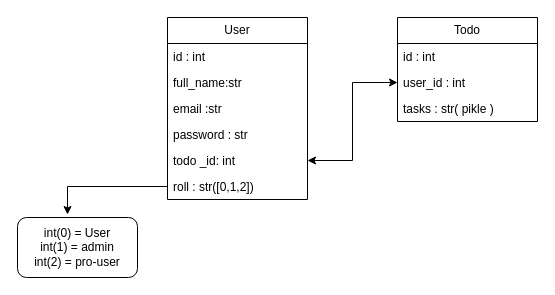
This is .Docts/Datebase.drawio from alireza01100011/PlanningWebApplication, a draw.io file, before an edit. Source tidied: cells renumbered, new cells numbered last; positions are measured from the earlier drawing's top-left corner, leaving out a move shared by most shapes. Both pictures are drawn from the tidied source at 100%, with x=0, y=0 at pixel (17, 17).
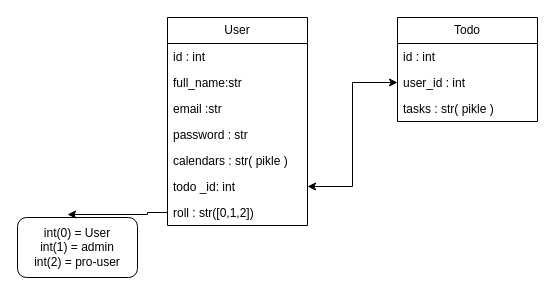
The same page after the edit.

Commit message:
Update Database Model

Change to the diagram source:
```diff
@@
 <mxGraphModel>
   <root>
     <mxCell id="0" />
     <mxCell id="1" parent="0" />
     <mxCell id="2" value="User" style="swimlane;fontStyle=0;horizontal=1;startSize=26;fillColor=none;whiteSpace=wrap;html=1;" parent="1" vertex="1">
-      <mxGeometry x="150" width="140" height="182" as="geometry" />
+      <mxGeometry x="150" width="140" height="208" as="geometry" />
     </mxCell>
     <mxCell id="3" value="id : int&lt;span style=&quot;white-space: pre;&quot;&gt;&#9;&lt;/span&gt;" style="text;strokeColor=none;fillColor=none;align=left;verticalAlign=top;spacingLeft=4;spacingRight=4;overflow=hidden;whiteSpace=wrap;html=1;" parent="2" vertex="1">
       <mxGeometry y="26" width="140" height="26" as="geometry" />
     </mxCell>
     <mxCell id="4" value="full_name:str&lt;br&gt;" style="text;strokeColor=none;fillColor=none;align=left;verticalAlign=top;spacingLeft=4;spacingRight=4;overflow=hidden;whiteSpace=wrap;html=1;" parent="2" vertex="1">
       <mxGeometry y="52" width="140" height="26" as="geometry" />
     </mxCell>
     <mxCell id="5" value="email :str" style="text;strokeColor=none;fillColor=none;align=left;verticalAlign=top;spacingLeft=4;spacingRight=4;overflow=hidden;whiteSpace=wrap;html=1;" parent="2" vertex="1">
       <mxGeometry y="78" width="140" height="26" as="geometry" />
     </mxCell>
+    <mxCell id="16" value="password : str" style="text;strokeColor=none;fillColor=none;align=left;verticalAlign=top;spacingLeft=4;spacingRight=4;overflow=hidden;whiteSpace=wrap;html=1;" parent="2" vertex="1">
+      <mxGeometry y="104" width="140" height="26" as="geometry" />
+    </mxCell>
-    <mxCell id="6" value="password : str" style="text;strokeColor=none;fillColor=none;align=left;verticalAlign=top;spacingLeft=4;spacingRight=4;overflow=hidden;whiteSpace=wrap;html=1;" parent="2" vertex="1">
-      <mxGeometry y="104" width="140" height="26" as="geometry" />
+    <mxCell id="6" value="calendars&amp;nbsp;: str( pikle )" style="text;strokeColor=none;fillColor=none;align=left;verticalAlign=top;spacingLeft=4;spacingRight=4;overflow=hidden;whiteSpace=wrap;html=1;" parent="2" vertex="1">
+      <mxGeometry y="130" width="140" height="26" as="geometry" />
     </mxCell>
     <mxCell id="7" value="todo _id: int" style="text;strokeColor=none;fillColor=none;align=left;verticalAlign=top;spacingLeft=4;spacingRight=4;overflow=hidden;points=[[0,0.5],[1,0.5]];portConstraint=eastwest;whiteSpace=wrap;html=1;" parent="2" vertex="1">
-      <mxGeometry y="130" width="140" height="26" as="geometry" />
+      <mxGeometry y="156" width="140" height="26" as="geometry" />
     </mxCell>
     <mxCell id="8" value="roll : str([0,1,2])" style="text;strokeColor=none;fillColor=none;align=left;verticalAlign=top;spacingLeft=4;spacingRight=4;overflow=hidden;points=[[0,0.5],[1,0.5]];portConstraint=eastwest;whiteSpace=wrap;html=1;" parent="2" vertex="1">
-      <mxGeometry y="156" width="140" height="26" as="geometry" />
+      <mxGeometry y="182" width="140" height="26" as="geometry" />
     </mxCell>
     <mxCell id="9" value="Todo" style="swimlane;fontStyle=0;horizontal=1;startSize=26;fillColor=none;whiteSpace=wrap;html=1;" parent="1" vertex="1">
       <mxGeometry x="380" width="140" height="104" as="geometry" />
     </mxCell>
     <mxCell id="10" value="id : int&lt;span style=&quot;white-space: pre;&quot;&gt;&#9;&lt;/span&gt;" style="text;strokeColor=none;fillColor=none;align=left;verticalAlign=top;spacingLeft=4;spacingRight=4;overflow=hidden;whiteSpace=wrap;html=1;" parent="9" vertex="1">
       <mxGeometry y="26" width="140" height="26" as="geometry" />
     </mxCell>
     <mxCell id="11" value="user_id : int" style="text;strokeColor=none;fillColor=none;align=left;verticalAlign=top;spacingLeft=4;spacingRight=4;overflow=hidden;points=[[0,0.5],[1,0.5]];portConstraint=eastwest;whiteSpace=wrap;html=1;" parent="9" vertex="1">
       <mxGeometry y="52" width="140" height="26" as="geometry" />
     </mxCell>
     <mxCell id="12" value="tasks : str( pikle )" style="text;strokeColor=none;fillColor=none;align=left;verticalAlign=top;spacingLeft=4;spacingRight=4;overflow=hidden;whiteSpace=wrap;html=1;" parent="9" vertex="1">
       <mxGeometry y="78" width="140" height="26" as="geometry" />
     </mxCell>
     <mxCell id="13" style="endArrow=classic;startArrow=classic;html=1;rounded=0;exitX=1;exitY=0.5;exitDx=0;exitDy=0;entryX=0;entryY=0.5;entryDx=0;entryDy=0;edgeStyle=elbowEdgeStyle;" parent="1" edge="1" source="7" target="11">
       <mxGeometry relative="1" as="geometry" />
     </mxCell>
     <mxCell id="14" value="int(0) = User&lt;br&gt;int(1) = admin&lt;br&gt;int(2) = pro-user" style="rounded=1;whiteSpace=wrap;html=1;" parent="1" vertex="1">
       <mxGeometry y="200" width="120" height="60" as="geometry" />
     </mxCell>
     <mxCell id="15" style="edgeStyle=orthogonalEdgeStyle;rounded=0;jettySize=auto;html=1;exitX=0;exitY=0.5;exitDx=0;exitDy=0;entryX=0.417;entryY=-0.05;entryDx=0;entryDy=0;entryPerimeter=0;" parent="1" edge="1" source="8" target="14">
       <mxGeometry relative="1" as="geometry" />
     </mxCell>
   </root>
 </mxGraphModel>
```
